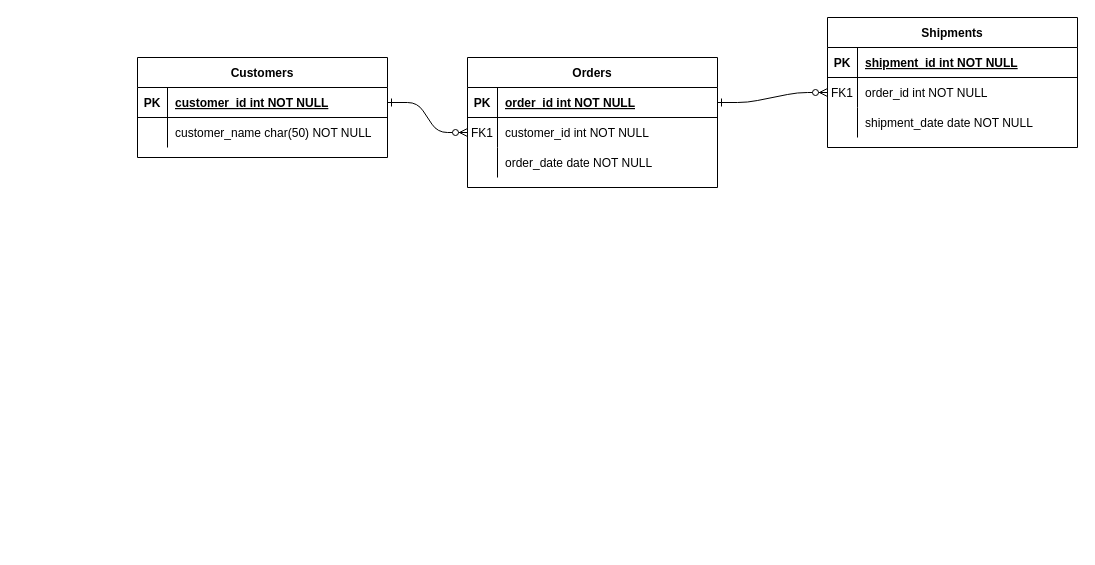
The draw.io diagram primadiagrama.drawio in AndreeaPatrauvt/db1project, before the edit. Source tidied: cells renumbered, new cells numbered last; positions are measured from the earlier drawing's top-left corner, leaving out a move shared by most shapes. Both pictures are drawn from the tidied source at 100%, with x=0, y=0 at pixel (137, 17).
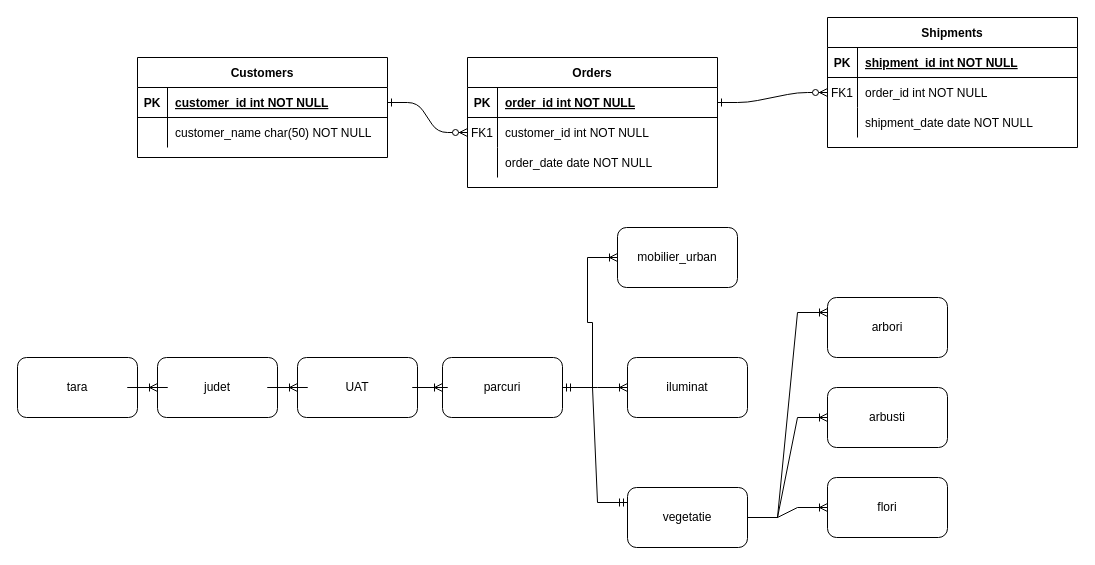
The same page after the edit.

Change to the diagram source:
```diff
@@
+    <mxCell id="31" value="UAT" style="rounded=1;whiteSpace=wrap;html=1;" parent="1" vertex="1">
+      <mxGeometry x="160" y="340" width="120" height="60" as="geometry" />
+    </mxCell>
+    <mxCell id="32" style="edgeStyle=orthogonalEdgeStyle;rounded=0;jettySize=auto;html=1;exitX=0;exitY=0.5;exitDx=0;exitDy=0;" parent="1" edge="1" source="33">
+      <mxGeometry relative="1" as="geometry">
+        <mxPoint x="20" y="370" as="targetPoint" />
+      </mxGeometry>
+    </mxCell>
+    <mxCell id="33" value="judet" style="rounded=1;whiteSpace=wrap;html=1;" parent="1" vertex="1">
+      <mxGeometry x="20" y="340" width="120" height="60" as="geometry" />
+    </mxCell>
+    <mxCell id="34" value="tara" style="rounded=1;whiteSpace=wrap;html=1;" parent="1" vertex="1">
+      <mxGeometry x="-120" y="340" width="120" height="60" as="geometry" />
+    </mxCell>
+    <mxCell id="35" value="parcuri" style="rounded=1;whiteSpace=wrap;html=1;" parent="1" vertex="1">
+      <mxGeometry x="305" y="340" width="120" height="60" as="geometry" />
+    </mxCell>
+    <mxCell id="36" value="mobilier_urban" style="rounded=1;whiteSpace=wrap;html=1;" parent="1" vertex="1">
+      <mxGeometry x="480" y="210" width="120" height="60" as="geometry" />
+    </mxCell>
+    <mxCell id="37" value="iluminat" style="rounded=1;whiteSpace=wrap;html=1;" parent="1" vertex="1">
+      <mxGeometry x="490" y="340" width="120" height="60" as="geometry" />
+    </mxCell>
+    <mxCell id="38" value="vegetatie" style="rounded=1;whiteSpace=wrap;html=1;" parent="1" vertex="1">
+      <mxGeometry x="490" y="470" width="120" height="60" as="geometry" />
+    </mxCell>
+    <mxCell id="39" value="arbori" style="rounded=1;whiteSpace=wrap;html=1;" parent="1" vertex="1">
+      <mxGeometry x="690" y="280" width="120" height="60" as="geometry" />
+    </mxCell>
+    <mxCell id="40" value="arbusti" style="rounded=1;whiteSpace=wrap;html=1;" parent="1" vertex="1">
+      <mxGeometry x="690" y="370" width="120" height="60" as="geometry" />
+    </mxCell>
+    <mxCell id="41" value="flori" style="rounded=1;whiteSpace=wrap;html=1;" parent="1" vertex="1">
+      <mxGeometry x="690" y="460" width="120" height="60" as="geometry" />
+    </mxCell>
+    <mxCell id="42" style="edgeStyle=entityRelationEdgeStyle;fontSize=12;html=1;endArrow=ERoneToMany;rounded=0;entryX=0;entryY=0.5;entryDx=0;entryDy=0;" parent="1" edge="1" source="33" target="31">
+      <mxGeometry relative="1" as="geometry" />
+    </mxCell>
+    <mxCell id="43" style="edgeStyle=entityRelationEdgeStyle;fontSize=12;html=1;endArrow=ERoneToMany;rounded=0;exitX=1;exitY=0.5;exitDx=0;exitDy=0;entryX=0;entryY=0.5;entryDx=0;entryDy=0;" parent="1" edge="1" source="31" target="35">
+      <mxGeometry relative="1" as="geometry" />
+    </mxCell>
+    <mxCell id="44" style="edgeStyle=entityRelationEdgeStyle;fontSize=12;html=1;endArrow=ERoneToMany;rounded=0;exitX=1;exitY=0.5;exitDx=0;exitDy=0;entryX=0;entryY=0.5;entryDx=0;entryDy=0;" parent="1" edge="1" source="35" target="36">
+      <mxGeometry relative="1" as="geometry" />
+    </mxCell>
+    <mxCell id="45" style="edgeStyle=entityRelationEdgeStyle;fontSize=12;html=1;endArrow=ERoneToMany;rounded=0;exitX=1;exitY=0.5;exitDx=0;exitDy=0;entryX=0;entryY=0.5;entryDx=0;entryDy=0;" parent="1" edge="1" source="35" target="37">
+      <mxGeometry relative="1" as="geometry" />
+    </mxCell>
+    <mxCell id="46" style="edgeStyle=entityRelationEdgeStyle;fontSize=12;html=1;endArrow=ERmandOne;startArrow=ERmandOne;rounded=0;exitX=1;exitY=0.5;exitDx=0;exitDy=0;entryX=0;entryY=0.25;entryDx=0;entryDy=0;" parent="1" edge="1" source="35" target="38">
+      <mxGeometry relative="1" as="geometry" />
+    </mxCell>
+    <mxCell id="47" style="edgeStyle=entityRelationEdgeStyle;fontSize=12;html=1;endArrow=ERoneToMany;rounded=0;exitX=1;exitY=0.5;exitDx=0;exitDy=0;entryX=0;entryY=0.25;entryDx=0;entryDy=0;" parent="1" edge="1" source="38" target="39">
+      <mxGeometry relative="1" as="geometry" />
+    </mxCell>
+    <mxCell id="48" style="edgeStyle=entityRelationEdgeStyle;fontSize=12;html=1;endArrow=ERoneToMany;rounded=0;exitX=1;exitY=0.5;exitDx=0;exitDy=0;entryX=0;entryY=0.5;entryDx=0;entryDy=0;" parent="1" edge="1" source="38" target="40">
+      <mxGeometry relative="1" as="geometry" />
+    </mxCell>
+    <mxCell id="49" style="edgeStyle=entityRelationEdgeStyle;fontSize=12;html=1;endArrow=ERoneToMany;rounded=0;exitX=1;exitY=0.5;exitDx=0;exitDy=0;" parent="1" edge="1" source="38" target="41">
+      <mxGeometry relative="1" as="geometry" />
+    </mxCell>
+    <mxCell id="50" style="edgeStyle=entityRelationEdgeStyle;fontSize=12;html=1;endArrow=ERoneToMany;rounded=0;" parent="1" edge="1" source="34" target="33">
+      <mxGeometry relative="1" as="geometry" />
+    </mxCell>
```
